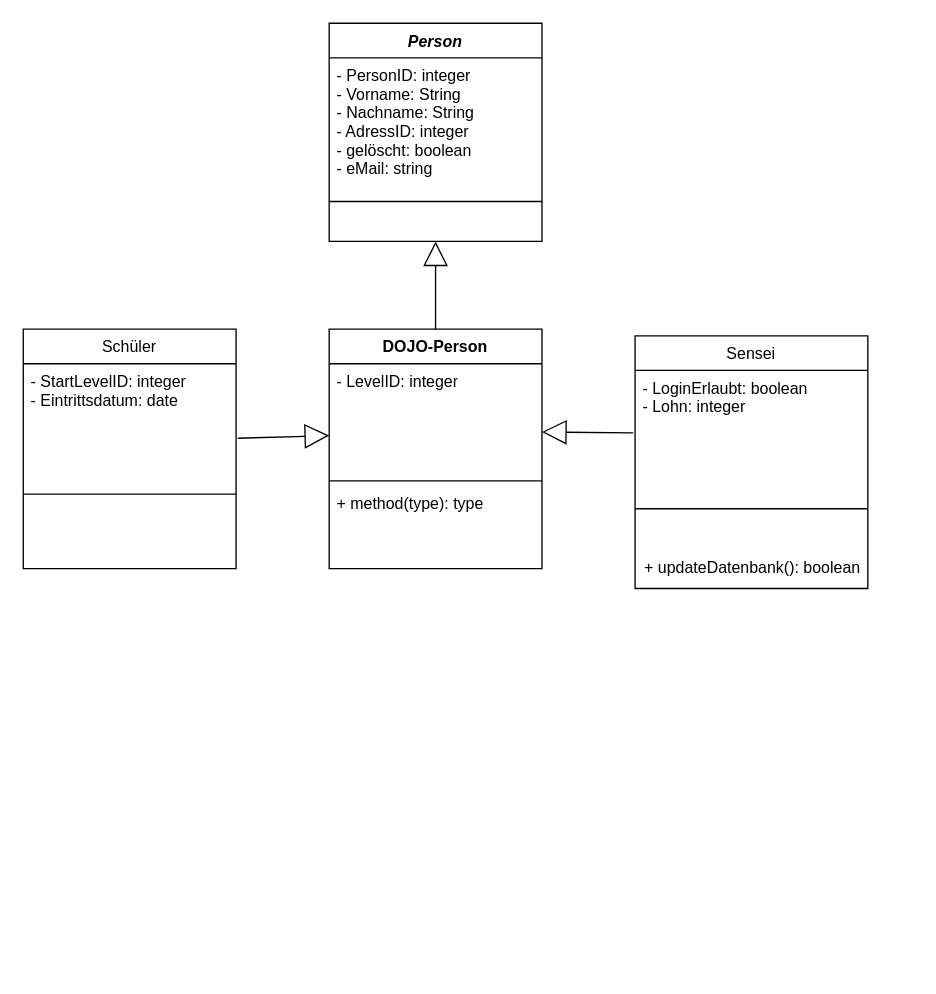
Before: Klassendiagramm Schüler Verwalten Diagramm.drawio in Mikomy/Softwaremanagement-1, a draw.io diagram. Source tidied: cells renumbered, new cells numbered last; positions are measured from the earlier drawing's top-left corner, leaving out a move shared by most shapes. Both pictures are drawn from the tidied source at 133%, with x=0, y=0 at pixel (23, 23).
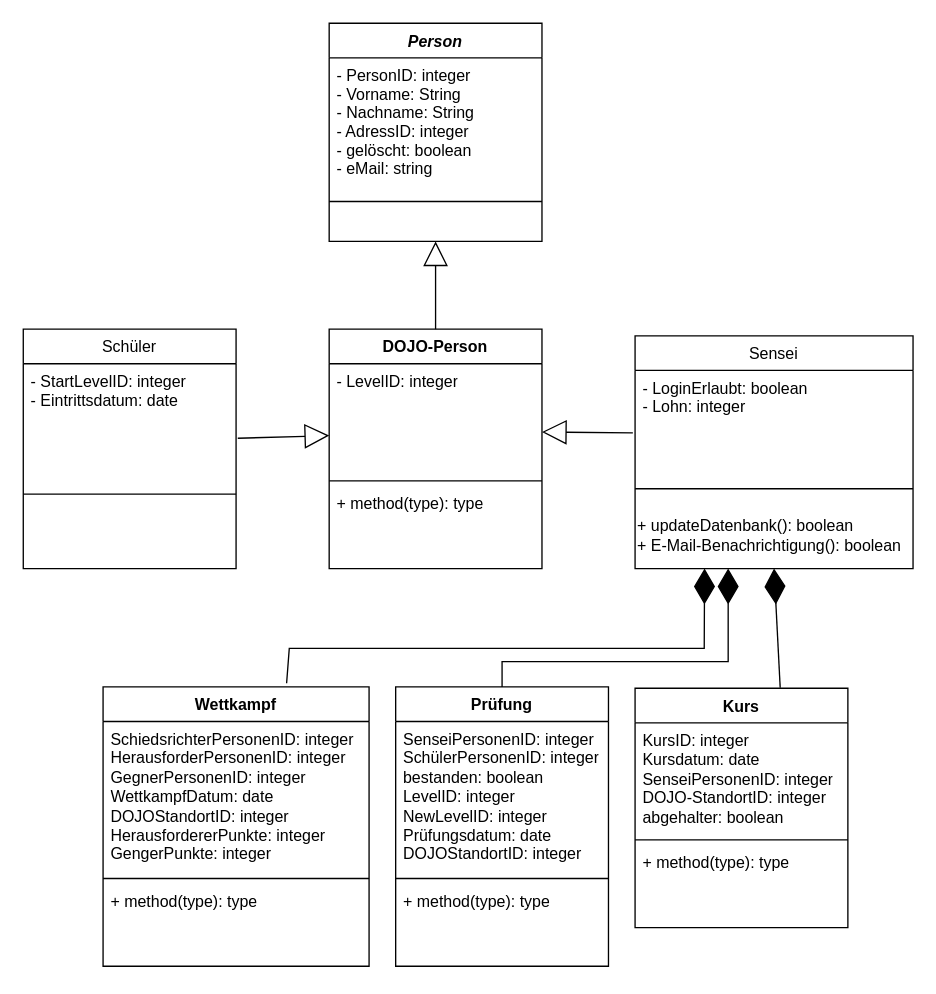
The same page after the edit.

Change to the diagram source:
```diff
@@
     <mxCell id="12" value="Sensei" style="swimlane;fontStyle=0;align=center;verticalAlign=top;horizontal=1;startSize=26;rounded=0;shadow=0;strokeWidth=1;" parent="1" vertex="1">
-      <mxGeometry x="460" y="235" width="175" height="190" as="geometry" />
+      <mxGeometry x="460" y="235" width="209" height="175" as="geometry" />
     </mxCell>
     <mxCell id="13" value="- LoginErlaubt: boolean&#10;- Lohn: integer" style="text;align=left;verticalAlign=top;spacingLeft=4;spacingRight=4;overflow=hidden;points=[[0,0.5],[1,0.5]];portConstraint=eastwest;" parent="12" vertex="1">
-      <mxGeometry y="26" width="175" height="74" as="geometry" />
+      <mxGeometry y="26" width="209" height="74" as="geometry" />
     </mxCell>
     <mxCell id="14" style="line;html=1;strokeWidth=1;align=left;verticalAlign=middle;spacingTop=-1;spacingLeft=3;spacingRight=3;labelPosition=right;" parent="12" vertex="1">
-      <mxGeometry y="100" width="175" height="60" as="geometry" />
+      <mxGeometry y="100" width="209" height="30" as="geometry" />
     </mxCell>
-    <mxCell id="15" value="+ updateDatenbank(): boolean" style="text;html=1;align=center;verticalAlign=middle;strokeColor=none;fillColor=none;" parent="12" vertex="1">
-      <mxGeometry y="160" width="175" height="30" as="geometry" />
+    <mxCell id="15" value="+ updateDatenbank(): boolean&lt;br&gt;+ E-Mail-Benachrichtigung(): boolean" style="text;html=1;align=left;verticalAlign=middle;strokeColor=none;fillColor=none;" parent="12" vertex="1">
+      <mxGeometry y="130" width="209" height="40" as="geometry" />
     </mxCell>
@@
+    <mxCell id="19" style="endArrow=diamondThin;endFill=1;endSize=24;html=1;rounded=0;entryX=0.5;entryY=1;entryDx=0;entryDy=0;exitX=0.682;exitY=-0.002;exitDx=0;exitDy=0;exitPerimeter=0;" parent="1" edge="1" source="20" target="12">
+      <mxGeometry relative="1" as="geometry" />
+    </mxCell>
+    <mxCell id="20" value="Kurs" style="swimlane;fontStyle=1;align=center;verticalAlign=top;horizontal=1;startSize=26;whiteSpace=wrap;html=1;" parent="1" vertex="1">
+      <mxGeometry x="460" y="500" width="160" height="180" as="geometry" />
+    </mxCell>
+    <mxCell id="21" value="KursID: integer&lt;div&gt;Kursdatum: date&lt;/div&gt;&lt;div&gt;SenseiPersonenID: integer&lt;/div&gt;&lt;div&gt;DOJO-StandortID: integer&lt;/div&gt;&lt;div&gt;abgehalter: boolean&lt;/div&gt;" style="text;strokeColor=none;fillColor=none;align=left;verticalAlign=top;spacingLeft=4;spacingRight=4;overflow=hidden;whiteSpace=wrap;html=1;" parent="20" vertex="1">
+      <mxGeometry y="26" width="160" height="84" as="geometry" />
+    </mxCell>
+    <mxCell id="22" style="line;strokeWidth=1;fillColor=none;align=left;verticalAlign=middle;spacingTop=-1;spacingLeft=3;spacingRight=3;labelPosition=right;strokeColor=inherit;" parent="20" vertex="1">
+      <mxGeometry y="110" width="160" height="8" as="geometry" />
+    </mxCell>
+    <mxCell id="23" value="+ method(type): type" style="text;strokeColor=none;fillColor=none;align=left;verticalAlign=top;spacingLeft=4;spacingRight=4;overflow=hidden;whiteSpace=wrap;html=1;" parent="20" vertex="1">
+      <mxGeometry y="118" width="160" height="62" as="geometry" />
+    </mxCell>
+    <mxCell id="24" value="Prüfung" style="swimlane;fontStyle=1;align=center;verticalAlign=top;horizontal=1;startSize=26;whiteSpace=wrap;html=1;" parent="1" vertex="1">
+      <mxGeometry x="280" y="499" width="160" height="210" as="geometry" />
+    </mxCell>
+    <mxCell id="25" value="&lt;div&gt;SenseiPersonenID: integer&lt;/div&gt;&lt;div&gt;SchülerPersonenID: integer&lt;/div&gt;&lt;div&gt;bestanden: boolean&lt;/div&gt;&lt;div&gt;LevelID: integer&lt;/div&gt;&lt;div&gt;NewLevelID: integer&lt;/div&gt;&lt;div&gt;Prüfungsdatum: date&lt;/div&gt;&lt;div&gt;DOJOStandortID: integer&lt;/div&gt;" style="text;strokeColor=none;fillColor=none;align=left;verticalAlign=top;spacingLeft=4;spacingRight=4;overflow=hidden;whiteSpace=wrap;html=1;" parent="24" vertex="1">
+      <mxGeometry y="26" width="160" height="114" as="geometry" />
+    </mxCell>
+    <mxCell id="26" style="line;strokeWidth=1;fillColor=none;align=left;verticalAlign=middle;spacingTop=-1;spacingLeft=3;spacingRight=3;labelPosition=right;strokeColor=inherit;" parent="24" vertex="1">
+      <mxGeometry y="140" width="160" height="8" as="geometry" />
+    </mxCell>
+    <mxCell id="27" value="+ method(type): type" style="text;strokeColor=none;fillColor=none;align=left;verticalAlign=top;spacingLeft=4;spacingRight=4;overflow=hidden;whiteSpace=wrap;html=1;" parent="24" vertex="1">
+      <mxGeometry y="148" width="160" height="62" as="geometry" />
+    </mxCell>
+    <mxCell id="28" value="Wettkampf" style="swimlane;fontStyle=1;align=center;verticalAlign=top;horizontal=1;startSize=26;whiteSpace=wrap;html=1;" parent="1" vertex="1">
+      <mxGeometry x="60" y="499" width="200" height="210" as="geometry" />
+    </mxCell>
+    <mxCell id="29" value="&lt;div&gt;SchiedsrichterPersonenID: integer&lt;/div&gt;&lt;div&gt;HerausforderPersonenID: integer&lt;/div&gt;&lt;div&gt;GegnerPersonenID: integer&lt;/div&gt;&lt;div&gt;WettkampfDatum: date&lt;/div&gt;&lt;div&gt;DOJOStandortID: integer&lt;/div&gt;&lt;div&gt;HerausfordererPunkte: integer&lt;/div&gt;&lt;div&gt;GengerPunkte: integer&lt;/div&gt;&lt;div&gt;&lt;br&gt;&lt;/div&gt;" style="text;strokeColor=none;fillColor=none;align=left;verticalAlign=top;spacingLeft=4;spacingRight=4;overflow=hidden;whiteSpace=wrap;html=1;" parent="28" vertex="1">
+      <mxGeometry y="26" width="200" height="114" as="geometry" />
+    </mxCell>
+    <mxCell id="30" style="line;strokeWidth=1;fillColor=none;align=left;verticalAlign=middle;spacingTop=-1;spacingLeft=3;spacingRight=3;labelPosition=right;strokeColor=inherit;" parent="28" vertex="1">
+      <mxGeometry y="140" width="200" height="8" as="geometry" />
+    </mxCell>
+    <mxCell id="31" value="+ method(type): type" style="text;strokeColor=none;fillColor=none;align=left;verticalAlign=top;spacingLeft=4;spacingRight=4;overflow=hidden;whiteSpace=wrap;html=1;" parent="28" vertex="1">
+      <mxGeometry y="148" width="200" height="62" as="geometry" />
+    </mxCell>
+    <mxCell id="32" style="endArrow=diamondThin;endFill=1;endSize=24;html=1;rounded=0;exitX=0.5;exitY=0;exitDx=0;exitDy=0;" parent="1" edge="1" source="24">
+      <mxGeometry relative="1" as="geometry">
+        <mxPoint x="530" y="410" as="targetPoint" />
+        <Array as="points">
+          <mxPoint x="360" y="480" />
+          <mxPoint x="530" y="480" />
+        </Array>
+      </mxGeometry>
+    </mxCell>
+    <mxCell id="33" style="endArrow=diamondThin;endFill=1;endSize=24;html=1;rounded=0;entryX=0.25;entryY=1;entryDx=0;entryDy=0;exitX=0.69;exitY=-0.013;exitDx=0;exitDy=0;exitPerimeter=0;" parent="1" edge="1" source="28" target="12">
+      <mxGeometry relative="1" as="geometry">
+        <Array as="points">
+          <mxPoint x="200" y="470" />
+          <mxPoint x="512" y="470" />
+        </Array>
+      </mxGeometry>
+    </mxCell>
```
